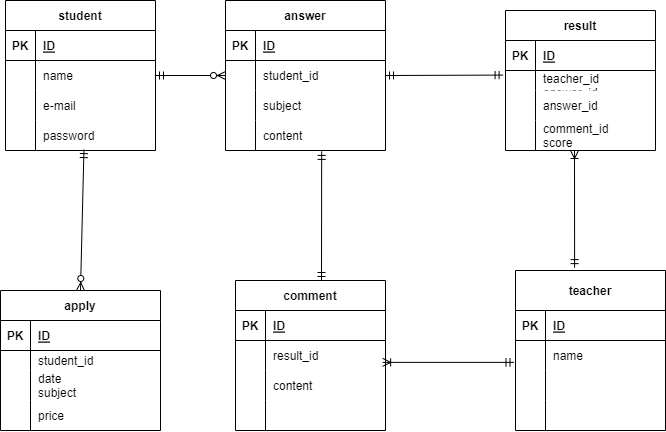
kei1476/ER keeps this draw.io diagram as index.drawio.png. Above is the earlier version. Source tidied: cells renumbered, new cells last; positions are measured from the earlier drawing's top-left corner, leaving out a move shared by most shapes.
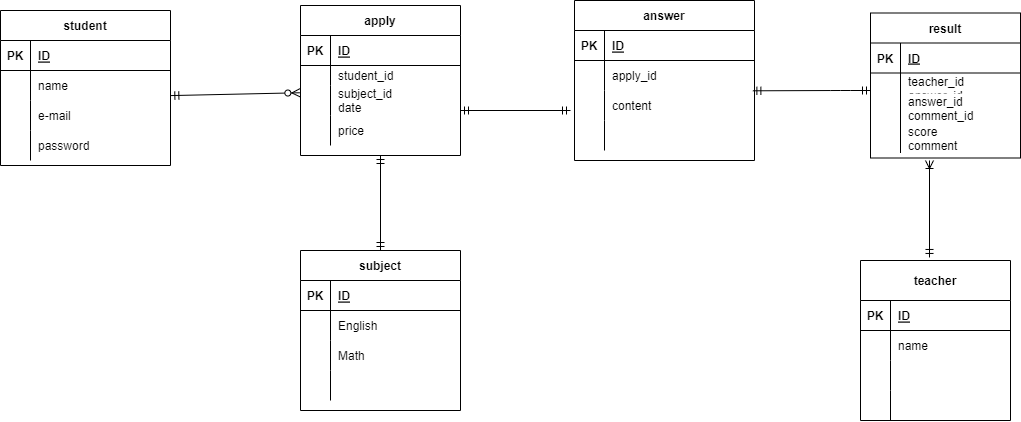
The same file after the commit.

Commit message:
演習問題　修正2

The edit, as a diff of the source:
```diff
@@ -3,46 +3,46 @@
     <mxCell id="0" />
     <mxCell id="1" parent="0" />
     <mxCell id="2" value="student" style="shape=table;startSize=30;rowLines=0;fontStyle=1;align=center;" parent="1" vertex="1">
-      <mxGeometry x="5" width="150" height="150" as="geometry" />
+      <mxGeometry x="-335" y="-70" width="170" height="155" as="geometry" />
     </mxCell>
     <mxCell id="3" style="shape=partialRectangle;fillColor=none;top=0;left=0;bottom=1;right=0;" parent="2" vertex="1">
-      <mxGeometry y="30" width="150" height="30" as="geometry" />
+      <mxGeometry y="30" width="170" height="30" as="geometry" />
     </mxCell>
     <mxCell id="4" value="PK" style="shape=partialRectangle;fillColor=none;top=0;left=0;bottom=0;right=0;fontStyle=1;overflow=hidden;" parent="3" vertex="1">
       <mxGeometry width="30" height="30" as="geometry" />
     </mxCell>
     <mxCell id="5" value="ID" style="shape=partialRectangle;fillColor=none;top=0;left=0;bottom=0;right=0;align=left;spacingLeft=6;fontStyle=5;overflow=hidden;" parent="3" vertex="1">
-      <mxGeometry x="30" width="120" height="30" as="geometry" />
+      <mxGeometry x="30" width="140" height="30" as="geometry" />
     </mxCell>
     <mxCell id="6" style="shape=partialRectangle;fillColor=none;top=0;left=0;bottom=0;right=0;points=[[0,0.5],[1,0.5]];portConstraint=eastwest;" parent="2" vertex="1">
-      <mxGeometry y="60" width="150" height="30" as="geometry" />
+      <mxGeometry y="60" width="170" height="30" as="geometry" />
     </mxCell>
     <mxCell id="7" style="shape=partialRectangle;fillColor=none;top=0;left=0;bottom=0;right=0;overflow=hidden;" parent="6" vertex="1">
       <mxGeometry width="30" height="30" as="geometry" />
     </mxCell>
     <mxCell id="8" value="name" style="shape=partialRectangle;fillColor=none;top=0;left=0;bottom=0;right=0;align=left;spacingLeft=6;overflow=hidden;" parent="6" vertex="1">
-      <mxGeometry x="30" width="120" height="30" as="geometry" />
+      <mxGeometry x="30" width="140" height="30" as="geometry" />
     </mxCell>
     <mxCell id="9" style="shape=partialRectangle;fillColor=none;top=0;left=0;bottom=0;right=0;" parent="2" vertex="1">
-      <mxGeometry y="90" width="150" height="30" as="geometry" />
+      <mxGeometry y="90" width="170" height="30" as="geometry" />
     </mxCell>
     <mxCell id="10" style="shape=partialRectangle;fillColor=none;top=0;left=0;bottom=0;right=0;overflow=hidden;" parent="9" vertex="1">
       <mxGeometry width="30" height="30" as="geometry" />
     </mxCell>
     <mxCell id="11" value="e-mail" style="shape=partialRectangle;fillColor=none;top=0;left=0;bottom=0;right=0;align=left;spacingLeft=6;overflow=hidden;" parent="9" vertex="1">
-      <mxGeometry x="30" width="120" height="30" as="geometry" />
+      <mxGeometry x="30" width="140" height="30" as="geometry" />
     </mxCell>
     <mxCell id="12" style="shape=partialRectangle;fillColor=none;top=0;left=0;bottom=0;right=0;points=[[0,0.5],[1,0.5]];portConstraint=eastwest;" parent="2" vertex="1">
-      <mxGeometry y="120" width="150" height="30" as="geometry" />
+      <mxGeometry y="120" width="170" height="30" as="geometry" />
     </mxCell>
     <mxCell id="13" style="shape=partialRectangle;fillColor=none;top=0;left=0;bottom=0;right=0;overflow=hidden;" parent="12" vertex="1">
       <mxGeometry width="30" height="30" as="geometry" />
     </mxCell>
     <mxCell id="14" value="password" style="shape=partialRectangle;fillColor=none;top=0;left=0;bottom=0;right=0;align=left;spacingLeft=6;overflow=hidden;" parent="12" vertex="1">
-      <mxGeometry x="30" width="120" height="30" as="geometry" />
+      <mxGeometry x="30" width="140" height="30" as="geometry" />
     </mxCell>
     <mxCell id="15" value="apply" style="shape=table;startSize=30;rowLines=0;fontStyle=1;align=center;" parent="1" vertex="1">
-      <mxGeometry y="290" width="160" height="140" as="geometry" />
+      <mxGeometry x="-35" y="-75" width="160" height="150" as="geometry" />
     </mxCell>
     <mxCell id="16" style="shape=partialRectangle;fillColor=none;top=0;left=0;bottom=1;right=0;" parent="15" vertex="1">
       <mxGeometry y="30" width="160" height="30" as="geometry" />
@@ -68,7 +68,7 @@
     <mxCell id="23" style="shape=partialRectangle;fillColor=none;top=0;left=0;bottom=0;right=0;overflow=hidden;" parent="22" vertex="1">
       <mxGeometry width="30" height="30" as="geometry" />
     </mxCell>
-    <mxCell id="24" value="date&#10;subject" style="shape=partialRectangle;fillColor=none;top=0;left=0;bottom=0;right=0;align=left;spacingLeft=6;overflow=hidden;" parent="22" vertex="1">
+    <mxCell id="24" value="subject_id&#10;date" style="shape=partialRectangle;fillColor=none;top=0;left=0;bottom=0;right=0;align=left;spacingLeft=6;overflow=hidden;" parent="22" vertex="1">
       <mxGeometry x="30" width="130" height="30" as="geometry" />
     </mxCell>
     <mxCell id="25" style="shape=partialRectangle;fillColor=none;top=0;left=0;bottom=0;right=0;" parent="15" vertex="1">
@@ -81,7 +81,7 @@
       <mxGeometry x="30" width="130" height="30" as="geometry" />
     </mxCell>
     <mxCell id="28" value="result" style="shape=table;startSize=30;rowLines=0;fontStyle=1;align=center;" parent="1" vertex="1">
-      <mxGeometry x="505" y="10" width="150" height="140" as="geometry" />
+      <mxGeometry x="535" y="-67.5" width="150" height="145" as="geometry" />
     </mxCell>
     <mxCell id="29" style="shape=partialRectangle;fillColor=none;top=0;left=0;bottom=1;right=0;points=[[0,0.5],[1,0.5]];portConstraint=eastwest;" parent="28" vertex="1">
       <mxGeometry y="30" width="150" height="30" as="geometry" />
@@ -107,7 +107,7 @@
     <mxCell id="36" style="shape=partialRectangle;fillColor=none;top=0;left=0;bottom=0;right=0;overflow=hidden;" parent="35" vertex="1">
       <mxGeometry width="30" height="30" as="geometry" />
     </mxCell>
-    <mxCell id="37" value="answer_id" style="shape=partialRectangle;fillColor=none;top=0;left=0;bottom=0;right=0;align=left;spacingLeft=6;overflow=hidden;" parent="35" vertex="1">
+    <mxCell id="37" value="answer_id&#10;comment_id" style="shape=partialRectangle;fillColor=none;top=0;left=0;bottom=0;right=0;align=left;spacingLeft=6;overflow=hidden;" parent="35" vertex="1">
       <mxGeometry x="30" width="120" height="30" as="geometry" />
     </mxCell>
     <mxCell id="38" style="shape=partialRectangle;fillColor=none;top=0;left=0;bottom=0;right=0;" parent="28" vertex="1">
@@ -116,89 +116,11 @@
     <mxCell id="39" style="shape=partialRectangle;fillColor=none;top=0;left=0;bottom=0;right=0;overflow=hidden;" parent="38" vertex="1">
       <mxGeometry width="30" height="30" as="geometry" />
     </mxCell>
-    <mxCell id="40" value="comment_id&#10;score" style="shape=partialRectangle;fillColor=none;top=0;left=0;bottom=0;right=0;align=left;spacingLeft=6;overflow=hidden;" parent="38" vertex="1">
+    <mxCell id="40" value="score&#10;comment" style="shape=partialRectangle;fillColor=none;top=0;left=0;bottom=0;right=0;align=left;spacingLeft=6;overflow=hidden;" parent="38" vertex="1">
       <mxGeometry x="30" width="120" height="30" as="geometry" />
     </mxCell>
-    <mxCell id="41" value="answer" style="shape=table;startSize=30;rowLines=0;fontStyle=1;align=center;" parent="1" vertex="1">
-      <mxGeometry x="225" width="160" height="150" as="geometry" />
-    </mxCell>
-    <mxCell id="42" style="shape=partialRectangle;fillColor=none;top=0;left=0;bottom=1;right=0;" parent="41" vertex="1">
-      <mxGeometry y="30" width="160" height="30" as="geometry" />
-    </mxCell>
-    <mxCell id="43" value="PK" style="shape=partialRectangle;fillColor=none;top=0;left=0;bottom=0;right=0;fontStyle=1;overflow=hidden;" parent="42" vertex="1">
-      <mxGeometry width="30" height="30" as="geometry" />
-    </mxCell>
-    <mxCell id="44" value="ID" style="shape=partialRectangle;fillColor=none;top=0;left=0;bottom=0;right=0;align=left;spacingLeft=6;fontStyle=5;overflow=hidden;" parent="42" vertex="1">
-      <mxGeometry x="30" width="130" height="30" as="geometry" />
-    </mxCell>
-    <mxCell id="45" style="shape=partialRectangle;fillColor=none;top=0;left=0;bottom=0;right=0;points=[[0,0.5],[1,0.5]];portConstraint=eastwest;" parent="41" vertex="1">
-      <mxGeometry y="60" width="160" height="30" as="geometry" />
-    </mxCell>
-    <mxCell id="46" style="shape=partialRectangle;fillColor=none;top=0;left=0;bottom=0;right=0;overflow=hidden;" parent="45" vertex="1">
-      <mxGeometry width="30" height="30" as="geometry" />
-    </mxCell>
-    <mxCell id="47" value="student_id" style="shape=partialRectangle;fillColor=none;top=0;left=0;bottom=0;right=0;align=left;spacingLeft=6;overflow=hidden;" parent="45" vertex="1">
-      <mxGeometry x="30" width="130" height="30" as="geometry" />
-    </mxCell>
-    <mxCell id="48" style="shape=partialRectangle;fillColor=none;top=0;left=0;bottom=0;right=0;" parent="41" vertex="1">
-      <mxGeometry y="90" width="160" height="30" as="geometry" />
-    </mxCell>
-    <mxCell id="49" style="shape=partialRectangle;fillColor=none;top=0;left=0;bottom=0;right=0;overflow=hidden;" parent="48" vertex="1">
-      <mxGeometry width="30" height="30" as="geometry" />
-    </mxCell>
-    <mxCell id="50" value="subject" style="shape=partialRectangle;fillColor=none;top=0;left=0;bottom=0;right=0;align=left;spacingLeft=6;overflow=hidden;" parent="48" vertex="1">
-      <mxGeometry x="30" width="130" height="30" as="geometry" />
-    </mxCell>
-    <mxCell id="51" style="shape=partialRectangle;fillColor=none;top=0;left=0;bottom=0;right=0;points=[[0,0.5],[1,0.5]];portConstraint=eastwest;" parent="41" vertex="1">
-      <mxGeometry y="120" width="160" height="30" as="geometry" />
-    </mxCell>
-    <mxCell id="52" style="shape=partialRectangle;fillColor=none;top=0;left=0;bottom=0;right=0;overflow=hidden;" parent="51" vertex="1">
-      <mxGeometry width="30" height="30" as="geometry" />
-    </mxCell>
-    <mxCell id="53" value="content" style="shape=partialRectangle;fillColor=none;top=0;left=0;bottom=0;right=0;align=left;spacingLeft=6;overflow=hidden;" parent="51" vertex="1">
-      <mxGeometry x="30" width="130" height="30" as="geometry" />
-    </mxCell>
-    <mxCell id="54" value="comment" style="shape=table;startSize=30;rowLines=0;fontStyle=1;align=center;" parent="1" vertex="1">
-      <mxGeometry x="235" y="280" width="150" height="150" as="geometry" />
-    </mxCell>
-    <mxCell id="55" style="shape=partialRectangle;fillColor=none;top=0;left=0;bottom=1;right=0;" parent="54" vertex="1">
-      <mxGeometry y="30" width="150" height="30" as="geometry" />
-    </mxCell>
-    <mxCell id="56" value="PK" style="shape=partialRectangle;fillColor=none;top=0;left=0;bottom=0;right=0;fontStyle=1;overflow=hidden;" parent="55" vertex="1">
-      <mxGeometry width="30" height="30" as="geometry" />
-    </mxCell>
-    <mxCell id="57" value="ID" style="shape=partialRectangle;fillColor=none;top=0;left=0;bottom=0;right=0;align=left;spacingLeft=6;fontStyle=5;overflow=hidden;" parent="55" vertex="1">
-      <mxGeometry x="30" width="120" height="30" as="geometry" />
-    </mxCell>
-    <mxCell id="58" style="shape=partialRectangle;fillColor=none;top=0;left=0;bottom=0;right=0;" parent="54" vertex="1">
-      <mxGeometry y="60" width="150" height="30" as="geometry" />
-    </mxCell>
-    <mxCell id="59" style="shape=partialRectangle;fillColor=none;top=0;left=0;bottom=0;right=0;overflow=hidden;" parent="58" vertex="1">
-      <mxGeometry width="30" height="30" as="geometry" />
-    </mxCell>
-    <mxCell id="60" value="result_id" style="shape=partialRectangle;fillColor=none;top=0;left=0;bottom=0;right=0;align=left;spacingLeft=6;overflow=hidden;" parent="58" vertex="1">
-      <mxGeometry x="30" width="120" height="30" as="geometry" />
-    </mxCell>
-    <mxCell id="61" style="shape=partialRectangle;fillColor=none;top=0;left=0;bottom=0;right=0;points=[[0,0.5],[1,0.5]];portConstraint=eastwest;" parent="54" vertex="1">
-      <mxGeometry y="90" width="150" height="30" as="geometry" />
-    </mxCell>
-    <mxCell id="62" style="shape=partialRectangle;fillColor=none;top=0;left=0;bottom=0;right=0;overflow=hidden;" parent="61" vertex="1">
-      <mxGeometry width="30" height="30" as="geometry" />
-    </mxCell>
-    <mxCell id="63" value="content" style="shape=partialRectangle;fillColor=none;top=0;left=0;bottom=0;right=0;align=left;spacingLeft=6;overflow=hidden;" parent="61" vertex="1">
-      <mxGeometry x="30" width="120" height="30" as="geometry" />
-    </mxCell>
-    <mxCell id="64" style="shape=partialRectangle;fillColor=none;top=0;left=0;bottom=0;right=0;" parent="54" vertex="1">
-      <mxGeometry y="120" width="150" height="30" as="geometry" />
-    </mxCell>
-    <mxCell id="65" style="shape=partialRectangle;fillColor=none;top=0;left=0;bottom=0;right=0;overflow=hidden;" parent="64" vertex="1">
-      <mxGeometry width="30" height="30" as="geometry" />
-    </mxCell>
-    <mxCell id="66" style="shape=partialRectangle;fillColor=none;top=0;left=0;bottom=0;right=0;align=left;spacingLeft=6;overflow=hidden;" parent="64" vertex="1">
-      <mxGeometry x="30" width="120" height="30" as="geometry" />
-    </mxCell>
     <mxCell id="67" value="teacher" style="shape=table;startSize=40;rowLines=0;fontStyle=1;align=center;" parent="1" vertex="1">
-      <mxGeometry x="515" y="270" width="150" height="160" as="geometry" />
+      <mxGeometry x="525" y="180" width="150" height="160" as="geometry" />
     </mxCell>
     <mxCell id="68" style="shape=partialRectangle;fillColor=none;top=0;left=0;bottom=1;right=0;" parent="67" vertex="1">
       <mxGeometry y="40" width="150" height="30" as="geometry" />
@@ -236,27 +158,111 @@
     <mxCell id="79" style="shape=partialRectangle;fillColor=none;top=0;left=0;bottom=0;right=0;align=left;spacingLeft=6;overflow=hidden;" parent="77" vertex="1">
       <mxGeometry x="30" width="120" height="30" as="geometry" />
     </mxCell>
-    <mxCell id="80" style="fontSize=12;html=1;endArrow=ERmandOne;startArrow=ERmandOne;strokeWidth=1;exitX=1;exitY=0.5;exitDx=0;exitDy=0;entryX=-0.016;entryY=1.153;entryDx=0;entryDy=0;entryPerimeter=0;" parent="1" edge="1" source="45" target="29">
-      <mxGeometry relative="1" as="geometry" />
+    <mxCell id="80" style="fontSize=12;html=1;endArrow=ERmandOne;startArrow=ERmandOne;strokeWidth=1;exitX=0.991;exitY=0.01;exitDx=0;exitDy=0;exitPerimeter=0;" parent="1" edge="1" source="91">
+      <mxGeometry relative="1" as="geometry">
+        <mxPoint x="535" y="10" as="targetPoint" />
+        <Array as="points">
+          <mxPoint x="505" y="10" />
+        </Array>
+      </mxGeometry>
     </mxCell>
-    <mxCell id="81" style="fontSize=12;html=1;endArrow=ERzeroToMany;startArrow=ERmandOne;exitX=1;exitY=0.5;exitDx=0;exitDy=0;entryX=0;entryY=0.5;entryDx=0;entryDy=0;" parent="1" edge="1" source="6" target="41">
+    <mxCell id="81" style="fontSize=12;html=1;endArrow=ERzeroToMany;startArrow=ERmandOne;exitX=1;exitY=0.5;exitDx=0;exitDy=0;entryX=0;entryY=0.5;entryDx=0;entryDy=0;" parent="1" edge="1" source="6" target="x">
       <mxGeometry relative="1" as="geometry" />
     </mxCell>
-    <mxCell id="82" style="fontSize=12;html=1;endArrow=ERzeroToMany;startArrow=ERmandOne;entryX=0.5;entryY=0;entryDx=0;entryDy=0;exitX=0.523;exitY=0.97;exitDx=0;exitDy=0;exitPerimeter=0;" parent="1" edge="1" source="12" target="15">
+    <mxCell id="82" style="fontSize=12;html=1;endArrow=ERzeroToMany;startArrow=ERmandOne;exitX=1.002;exitY=0.836;exitDx=0;exitDy=0;entryX=-0.004;entryY=0.242;entryDx=0;entryDy=0;entryPerimeter=0;exitPerimeter=0;" parent="1" edge="1" source="6" target="22">
       <mxGeometry relative="1" as="geometry" />
     </mxCell>
-    <mxCell id="83" style="fontSize=12;html=1;endArrow=ERoneToMany;startArrow=ERmandOne;exitX=-0.01;exitY=0.729;exitDx=0;exitDy=0;exitPerimeter=0;entryX=0.981;entryY=-0.271;entryDx=0;entryDy=0;entryPerimeter=0;" parent="1" edge="1" source="71" target="61">
-      <mxGeometry relative="1" as="geometry" />
-    </mxCell>
-    <mxCell id="84" style="fontSize=12;html=1;endArrow=ERmandOne;startArrow=ERmandOne;exitX=0.601;exitY=1.03;exitDx=0;exitDy=0;exitPerimeter=0;" parent="1" edge="1" source="51">
-      <mxGeometry relative="1" as="geometry">
-        <mxPoint x="321" y="280" as="targetPoint" />
-      </mxGeometry>
-    </mxCell>
-    <mxCell id="85" style="fontSize=12;html=1;endArrow=ERoneToMany;startArrow=ERmandOne;exitX=0.394;exitY=-0.018;exitDx=0;exitDy=0;exitPerimeter=0;" parent="1" edge="1" source="67">
+    <mxCell id="85" style="fontSize=12;html=1;endArrow=ERoneToMany;startArrow=ERmandOne;exitX=0.46;exitY=-0.019;exitDx=0;exitDy=0;exitPerimeter=0;" parent="1" edge="1" source="67">
       <mxGeometry relative="1" as="geometry">
-        <mxPoint x="574" y="150" as="targetPoint" />
+        <mxPoint x="594" y="80" as="targetPoint" />
       </mxGeometry>
     </mxCell>
+    <mxCell id="41" value="answer" style="shape=table;startSize=30;rowLines=0;fontStyle=1;align=center;" parent="1" vertex="1">
+      <mxGeometry x="239" y="-80" width="180" height="160" as="geometry" />
+    </mxCell>
+    <mxCell id="86" style="shape=partialRectangle;fillColor=none;top=0;left=0;bottom=1;right=0;" parent="41" vertex="1">
+      <mxGeometry y="30" width="180" height="30" as="geometry" />
+    </mxCell>
+    <mxCell id="87" value="PK" style="shape=partialRectangle;fillColor=none;top=0;left=0;bottom=0;right=0;fontStyle=1;overflow=hidden;" parent="86" vertex="1">
+      <mxGeometry width="30" height="30" as="geometry" />
+    </mxCell>
+    <mxCell id="57" value="ID" style="shape=partialRectangle;fillColor=none;top=0;left=0;bottom=0;right=0;align=left;spacingLeft=6;fontStyle=5;overflow=hidden;" parent="86" vertex="1">
+      <mxGeometry x="30" width="150" height="30" as="geometry" />
+    </mxCell>
+    <mxCell id="88" style="shape=partialRectangle;fillColor=none;top=0;left=0;bottom=0;right=0;" parent="41" vertex="1">
+      <mxGeometry y="60" width="180" height="30" as="geometry" />
+    </mxCell>
+    <mxCell id="89" style="shape=partialRectangle;fillColor=none;top=0;left=0;bottom=0;right=0;overflow=hidden;" parent="88" vertex="1">
+      <mxGeometry width="30" height="30" as="geometry" />
+    </mxCell>
+    <mxCell id="90" value="apply_id" style="shape=partialRectangle;fillColor=none;top=0;left=0;bottom=0;right=0;align=left;spacingLeft=6;overflow=hidden;" parent="88" vertex="1">
+      <mxGeometry x="30" width="150" height="30" as="geometry" />
+    </mxCell>
+    <mxCell id="91" style="shape=partialRectangle;fillColor=none;top=0;left=0;bottom=0;right=0;points=[[0,0.5],[1,0.5]];portConstraint=eastwest;" parent="41" vertex="1">
+      <mxGeometry y="90" width="180" height="30" as="geometry" />
+    </mxCell>
+    <mxCell id="92" style="shape=partialRectangle;fillColor=none;top=0;left=0;bottom=0;right=0;overflow=hidden;" parent="91" vertex="1">
+      <mxGeometry width="30" height="30" as="geometry" />
+    </mxCell>
+    <mxCell id="93" value="content" style="shape=partialRectangle;fillColor=none;top=0;left=0;bottom=0;right=0;align=left;spacingLeft=6;overflow=hidden;" parent="91" vertex="1">
+      <mxGeometry x="30" width="150" height="30" as="geometry" />
+    </mxCell>
+    <mxCell id="94" style="shape=partialRectangle;fillColor=none;top=0;left=0;bottom=0;right=0;" parent="41" vertex="1">
+      <mxGeometry y="120" width="180" height="30" as="geometry" />
+    </mxCell>
+    <mxCell id="95" style="shape=partialRectangle;fillColor=none;top=0;left=0;bottom=0;right=0;overflow=hidden;" parent="94" vertex="1">
+      <mxGeometry width="30" height="30" as="geometry" />
+    </mxCell>
+    <mxCell id="96" style="shape=partialRectangle;fillColor=none;top=0;left=0;bottom=0;right=0;align=left;spacingLeft=6;overflow=hidden;" parent="94" vertex="1">
+      <mxGeometry x="30" width="150" height="30" as="geometry" />
+    </mxCell>
+    <mxCell id="50" value="subject" style="shape=table;startSize=30;rowLines=0;fontStyle=1;align=center;" parent="1" vertex="1">
+      <mxGeometry x="-35" y="170" width="160" height="160" as="geometry" />
+    </mxCell>
+    <mxCell id="42" style="shape=partialRectangle;fillColor=none;top=0;left=0;bottom=1;right=0;" parent="50" vertex="1">
+      <mxGeometry y="30" width="160" height="30" as="geometry" />
+    </mxCell>
+    <mxCell id="97" value="PK" style="shape=partialRectangle;fillColor=none;top=0;left=0;bottom=0;right=0;fontStyle=1;overflow=hidden;" parent="42" vertex="1">
+      <mxGeometry width="30" height="30" as="geometry" />
+    </mxCell>
+    <mxCell id="44" value="ID" style="shape=partialRectangle;fillColor=none;top=0;left=0;bottom=0;right=0;align=left;spacingLeft=6;fontStyle=5;overflow=hidden;" parent="42" vertex="1">
+      <mxGeometry x="30" width="130" height="30" as="geometry" />
+    </mxCell>
+    <mxCell id="45" style="shape=partialRectangle;fillColor=none;top=0;left=0;bottom=0;right=0;points=[[0,0.5],[1,0.5]];portConstraint=eastwest;" parent="50" vertex="1">
+      <mxGeometry y="60" width="160" height="30" as="geometry" />
+    </mxCell>
+    <mxCell id="98" style="shape=partialRectangle;fillColor=none;top=0;left=0;bottom=0;right=0;overflow=hidden;" parent="45" vertex="1">
+      <mxGeometry width="30" height="30" as="geometry" />
+    </mxCell>
+    <mxCell id="99" value="English" style="shape=partialRectangle;fillColor=none;top=0;left=0;bottom=0;right=0;align=left;spacingLeft=6;overflow=hidden;" parent="45" vertex="1">
+      <mxGeometry x="30" width="130" height="30" as="geometry" />
+    </mxCell>
+    <mxCell id="48" style="shape=partialRectangle;fillColor=none;top=0;left=0;bottom=0;right=0;" parent="50" vertex="1">
+      <mxGeometry y="90" width="160" height="30" as="geometry" />
+    </mxCell>
+    <mxCell id="100" style="shape=partialRectangle;fillColor=none;top=0;left=0;bottom=0;right=0;overflow=hidden;" parent="48" vertex="1">
+      <mxGeometry width="30" height="30" as="geometry" />
+    </mxCell>
+    <mxCell id="101" value="Math" style="shape=partialRectangle;fillColor=none;top=0;left=0;bottom=0;right=0;align=left;spacingLeft=6;overflow=hidden;" parent="48" vertex="1">
+      <mxGeometry x="30" width="130" height="30" as="geometry" />
+    </mxCell>
+    <mxCell id="51" style="shape=partialRectangle;fillColor=none;top=0;left=0;bottom=0;right=0;points=[[0,0.5],[1,0.5]];portConstraint=eastwest;" parent="50" vertex="1">
+      <mxGeometry y="120" width="160" height="30" as="geometry" />
+    </mxCell>
+    <mxCell id="102" style="shape=partialRectangle;fillColor=none;top=0;left=0;bottom=0;right=0;overflow=hidden;" parent="51" vertex="1">
+      <mxGeometry width="30" height="30" as="geometry" />
+    </mxCell>
+    <mxCell id="103" style="shape=partialRectangle;fillColor=none;top=0;left=0;bottom=0;right=0;align=left;spacingLeft=6;overflow=hidden;" parent="51" vertex="1">
+      <mxGeometry x="30" width="130" height="30" as="geometry" />
+    </mxCell>
+    <mxCell id="104" style="fontSize=12;html=1;endArrow=ERmandOne;startArrow=ERmandOne;entryX=0.5;entryY=1;entryDx=0;entryDy=0;exitX=0.5;exitY=0;exitDx=0;exitDy=0;" parent="1" edge="1" source="50" target="15">
+      <mxGeometry relative="1" as="geometry" />
+    </mxCell>
+    <mxCell id="105" style="fontSize=12;html=1;endArrow=ERmandOne;startArrow=ERmandOne;" parent="1" edge="1">
+      <mxGeometry relative="1" as="geometry">
+        <mxPoint x="125" y="30" as="sourcePoint" />
+        <mxPoint x="235" y="30" as="targetPoint" />
+      </mxGeometry>
+    </mxCell>
   </root>
 </mxGraphModel>
```
